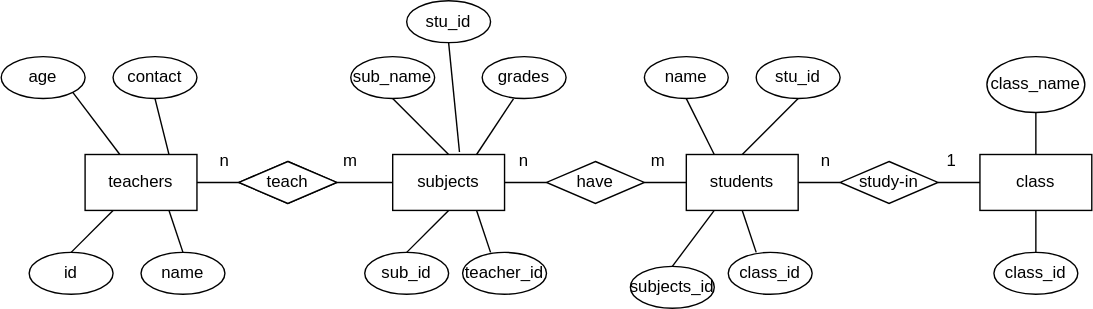
Above: Lab1/ERD.drawio.svg in Burton0703/Database-Labs (draw.io), before the change. Source tidied: cells renumbered, new cells last; positions are measured from the earlier drawing's top-left corner, leaving out a move shared by most shapes.
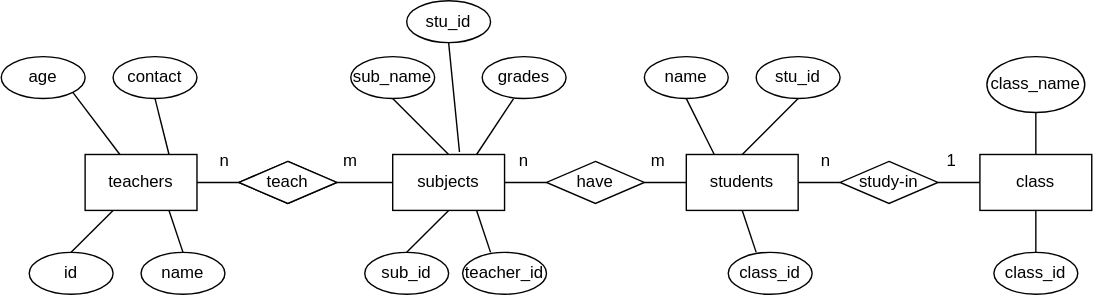
The same diagram one commit later.

Change to the diagram source:
```diff
@@ -149,12 +149,6 @@
     <mxCell id="48" style="endArrow=none;html=1;rounded=0;exitX=0.333;exitY=0;exitDx=0;exitDy=0;exitPerimeter=0;entryX=0.75;entryY=1;entryDx=0;entryDy=0;" parent="1" edge="1" source="47" target="3">
       <mxGeometry relative="1" as="geometry" />
     </mxCell>
-    <mxCell id="49" style="endArrow=none;html=1;rounded=0;entryX=0.25;entryY=1;entryDx=0;entryDy=0;exitX=0.5;exitY=0;exitDx=0;exitDy=0;" parent="1" edge="1" source="50" target="4">
-      <mxGeometry relative="1" as="geometry" />
-    </mxCell>
-    <mxCell id="50" value="subjects_id" style="ellipse;whiteSpace=wrap;html=1;" parent="1" vertex="1">
-      <mxGeometry x="450" y="190" width="60" height="30" as="geometry" />
-    </mxCell>
     <mxCell id="51" style="endArrow=none;html=1;rounded=0;entryX=0.597;entryY=-0.045;entryDx=0;entryDy=0;entryPerimeter=0;exitX=0.5;exitY=1;exitDx=0;exitDy=0;" parent="1" edge="1" source="52" target="3">
       <mxGeometry relative="1" as="geometry" />
     </mxCell>
```
